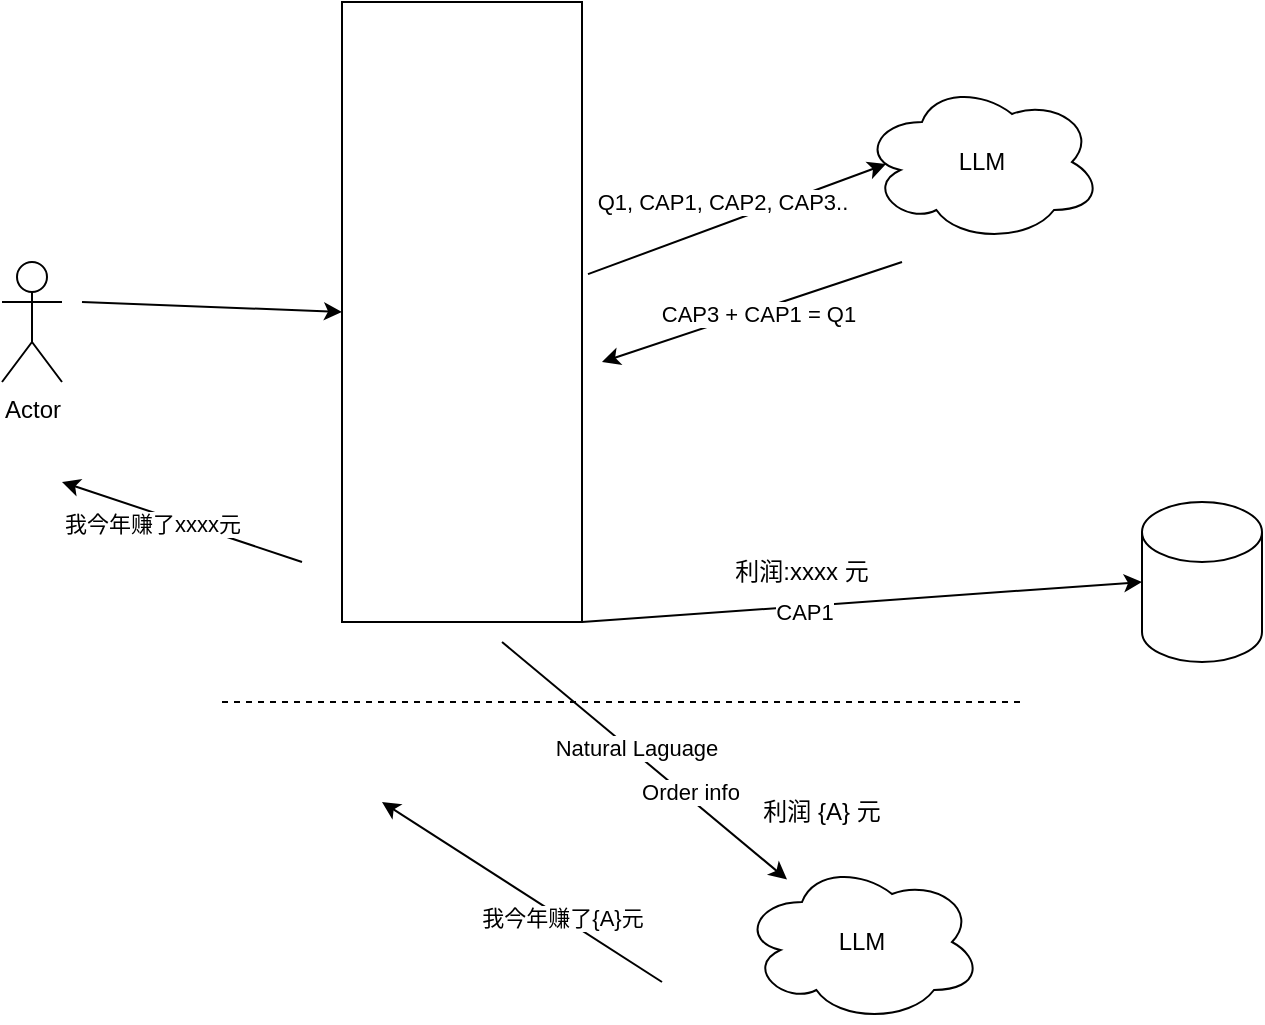
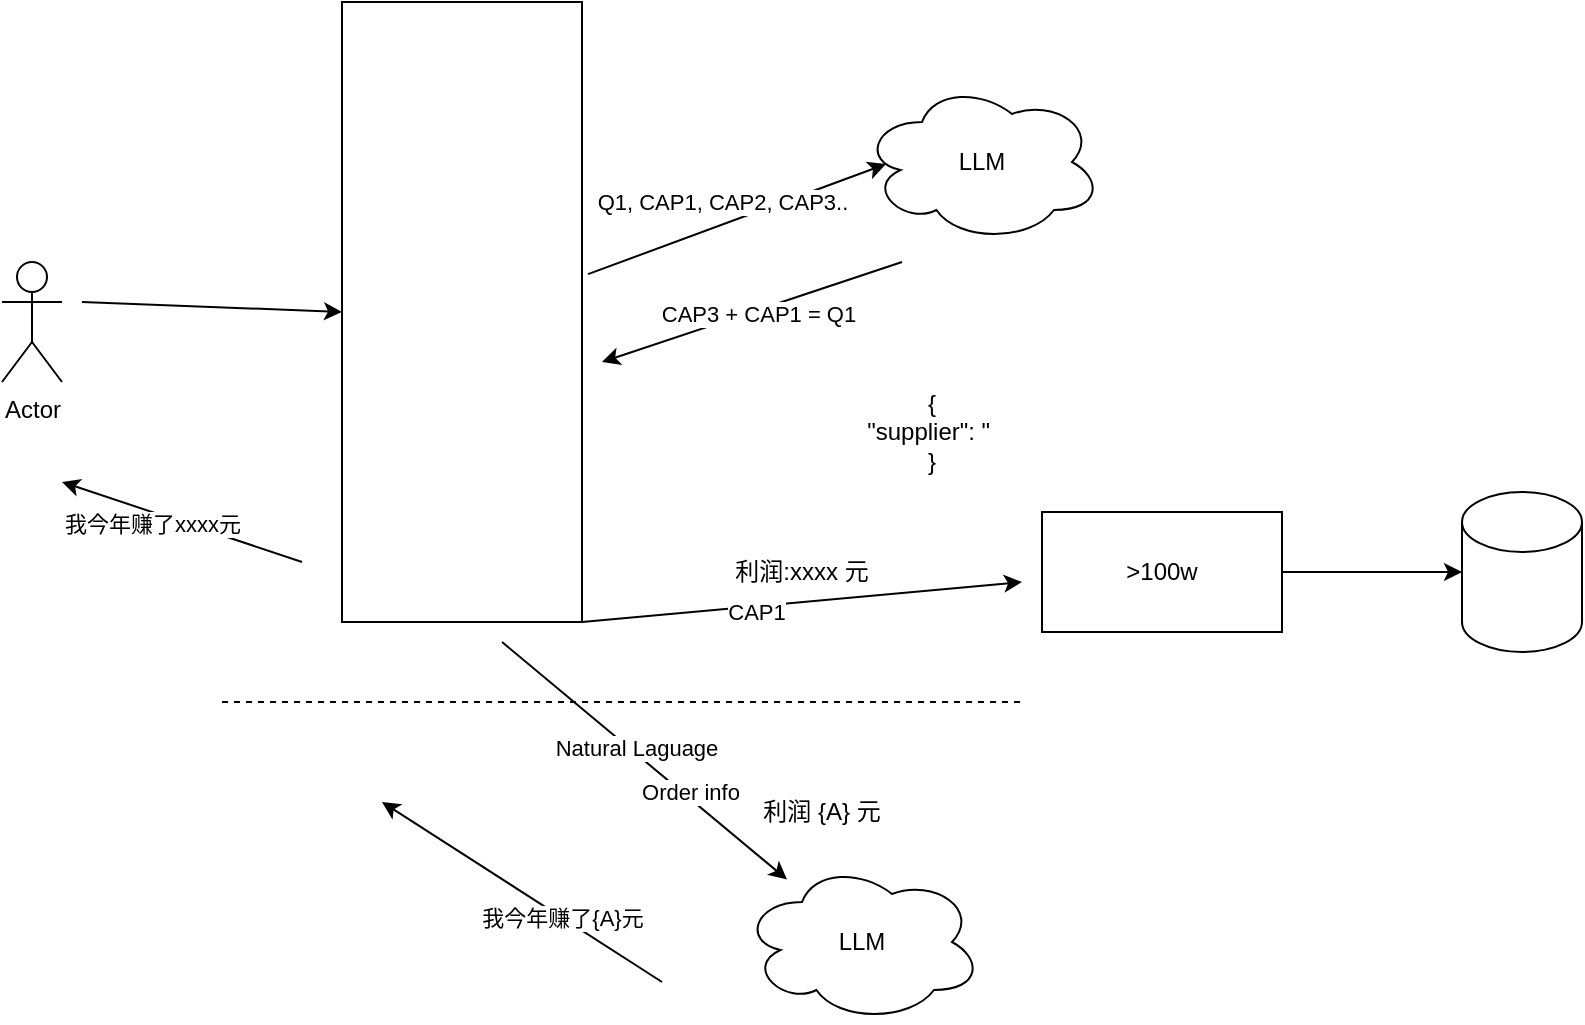
- <mxfile host="app.diagrams.net">
+ <mxfile host="app.diagrams.net" pages="2">
  <diagram name="Page-1" id="Y4vTBDJFTXjha7iMSI6E">
    <mxGraphModel dx="1034" dy="777" grid="1" gridSize="10" guides="1" tooltips="1" connect="1" arrows="1" fold="1" page="1" pageScale="1" pageWidth="1600" pageHeight="1715" math="0" shadow="0">
      <root>
        <mxCell id="0" />
        <mxCell id="1" parent="0" />
        <mxCell id="6xpkRzkd08FDe8yLvaGX-1" parent="1" style="shape=umlActor;verticalLabelPosition=bottom;verticalAlign=top;html=1;outlineConnect=0;" value="Actor" vertex="1">
          <mxGeometry height="60" width="30" x="220" y="150" as="geometry" />
        </mxCell>
        <mxCell id="6xpkRzkd08FDe8yLvaGX-2" parent="1" style="rounded=0;whiteSpace=wrap;html=1;" value="" vertex="1">
          <mxGeometry height="310" width="120" x="390" y="20" as="geometry" />
        </mxCell>
        <mxCell id="6xpkRzkd08FDe8yLvaGX-3" edge="1" parent="1" style="endArrow=classic;html=1;rounded=0;entryX=0;entryY=0.5;entryDx=0;entryDy=0;" target="6xpkRzkd08FDe8yLvaGX-2" value="">
          <mxGeometry height="50" relative="1" width="50" as="geometry">
            <mxPoint x="260" y="170" as="sourcePoint" />
            <mxPoint x="320" y="170" as="targetPoint" />
          </mxGeometry>
        </mxCell>
        <mxCell id="6xpkRzkd08FDe8yLvaGX-4" parent="1" style="ellipse;shape=cloud;whiteSpace=wrap;html=1;" value="LLM" vertex="1">
          <mxGeometry height="80" width="120" x="650" y="60" as="geometry" />
        </mxCell>
        <mxCell id="6xpkRzkd08FDe8yLvaGX-5" edge="1" parent="1" source="6xpkRzkd08FDe8yLvaGX-2" style="endArrow=classic;html=1;rounded=0;exitX=1.025;exitY=0.439;exitDx=0;exitDy=0;exitPerimeter=0;entryX=0.1;entryY=0.513;entryDx=0;entryDy=0;entryPerimeter=0;" target="6xpkRzkd08FDe8yLvaGX-4" value="">
          <mxGeometry height="50" relative="1" width="50" as="geometry">
            <mxPoint x="530" y="150" as="sourcePoint" />
            <mxPoint x="580" y="100" as="targetPoint" />
          </mxGeometry>
        </mxCell>
        <mxCell id="6xpkRzkd08FDe8yLvaGX-8" connectable="0" parent="6xpkRzkd08FDe8yLvaGX-5" style="edgeLabel;html=1;align=center;verticalAlign=middle;resizable=0;points=[];" value="Q1, CAP1, CAP2, CAP3.." vertex="1">
          <mxGeometry relative="1" x="-0.6563" y="2" as="geometry">
            <mxPoint x="42" y="-25" as="offset" />
          </mxGeometry>
        </mxCell>
        <mxCell id="6xpkRzkd08FDe8yLvaGX-6" edge="1" parent="1" style="endArrow=classic;html=1;rounded=0;" value="">
          <mxGeometry height="50" relative="1" width="50" as="geometry">
            <mxPoint x="670" y="150" as="sourcePoint" />
            <mxPoint x="520" y="200" as="targetPoint" />
          </mxGeometry>
        </mxCell>
        <mxCell id="6xpkRzkd08FDe8yLvaGX-9" connectable="0" parent="6xpkRzkd08FDe8yLvaGX-6" style="edgeLabel;html=1;align=center;verticalAlign=middle;resizable=0;points=[];" value="CAP3 + CAP1 = Q1" vertex="1">
          <mxGeometry relative="1" x="-0.024" y="1" as="geometry">
            <mxPoint as="offset" />
          </mxGeometry>
        </mxCell>
        <mxCell id="6xpkRzkd08FDe8yLvaGX-7" parent="1" style="shape=cylinder3;whiteSpace=wrap;html=1;boundedLbl=1;backgroundOutline=1;size=15;" value="" vertex="1">
-           <mxGeometry height="80" width="60" x="790" y="270" as="geometry" />
-         </mxCell>
-         <mxCell id="6xpkRzkd08FDe8yLvaGX-12" edge="1" parent="1" source="6xpkRzkd08FDe8yLvaGX-2" style="endArrow=classic;html=1;rounded=0;exitX=1;exitY=1;exitDx=0;exitDy=0;entryX=0;entryY=0.5;entryDx=0;entryDy=0;entryPerimeter=0;" target="6xpkRzkd08FDe8yLvaGX-7" value="">
+           <mxGeometry height="80" width="60" x="950" y="265" as="geometry" />
+         </mxCell>
+         <mxCell id="6xpkRzkd08FDe8yLvaGX-12" edge="1" parent="1" source="6xpkRzkd08FDe8yLvaGX-2" style="endArrow=classic;html=1;rounded=0;exitX=1;exitY=1;exitDx=0;exitDy=0;" value="">
          <mxGeometry height="50" relative="1" width="50" as="geometry">
            <mxPoint x="780" y="350" as="sourcePoint" />
-             <mxPoint x="640" y="440" as="targetPoint" />
+             <mxPoint x="730" y="310" as="targetPoint" />
          </mxGeometry>
        </mxCell>
        <mxCell id="6xpkRzkd08FDe8yLvaGX-14" connectable="0" parent="6xpkRzkd08FDe8yLvaGX-12" style="edgeLabel;html=1;align=center;verticalAlign=middle;resizable=0;points=[];" value="CAP1" vertex="1">
          <mxGeometry relative="1" x="-0.2129" y="-3" as="geometry">
            <mxPoint as="offset" />
          </mxGeometry>
        </mxCell>
        <mxCell id="6xpkRzkd08FDe8yLvaGX-13" parent="1" style="ellipse;shape=cloud;whiteSpace=wrap;html=1;" value="LLM" vertex="1">
          <mxGeometry height="80" width="120" x="590" y="450" as="geometry" />
        </mxCell>
        <mxCell id="6xpkRzkd08FDe8yLvaGX-15" edge="1" parent="1" style="endArrow=classic;html=1;rounded=0;" target="6xpkRzkd08FDe8yLvaGX-13" value="">
          <mxGeometry height="50" relative="1" width="50" as="geometry">
            <mxPoint x="470" y="340" as="sourcePoint" />
            <mxPoint x="550" y="380" as="targetPoint" />
          </mxGeometry>
        </mxCell>
        <mxCell id="6xpkRzkd08FDe8yLvaGX-16" connectable="0" parent="6xpkRzkd08FDe8yLvaGX-15" style="edgeLabel;html=1;align=center;verticalAlign=middle;resizable=0;points=[];" value="Natural Laguage" vertex="1">
          <mxGeometry relative="1" x="-0.0793" y="2" as="geometry">
            <mxPoint as="offset" />
          </mxGeometry>
        </mxCell>
        <mxCell id="6xpkRzkd08FDe8yLvaGX-20" connectable="0" parent="6xpkRzkd08FDe8yLvaGX-15" style="edgeLabel;html=1;align=center;verticalAlign=middle;resizable=0;points=[];" value="Order info" vertex="1">
          <mxGeometry relative="1" x="0.2961" y="3" as="geometry">
            <mxPoint as="offset" />
          </mxGeometry>
        </mxCell>
        <mxCell id="6xpkRzkd08FDe8yLvaGX-17" edge="1" parent="1" style="endArrow=classic;html=1;rounded=0;" value="">
          <mxGeometry height="50" relative="1" width="50" as="geometry">
            <mxPoint x="550" y="510" as="sourcePoint" />
            <mxPoint x="410" y="420" as="targetPoint" />
          </mxGeometry>
        </mxCell>
        <mxCell id="6xpkRzkd08FDe8yLvaGX-23" connectable="0" parent="6xpkRzkd08FDe8yLvaGX-17" style="edgeLabel;html=1;align=center;verticalAlign=middle;resizable=0;points=[];" value="我今年赚了{A}元" vertex="1">
          <mxGeometry relative="1" x="-0.2866" as="geometry">
            <mxPoint as="offset" />
          </mxGeometry>
        </mxCell>
        <mxCell id="6xpkRzkd08FDe8yLvaGX-18" edge="1" parent="1" style="endArrow=classic;html=1;rounded=0;" value="">
          <mxGeometry height="50" relative="1" width="50" as="geometry">
            <mxPoint x="370" y="300" as="sourcePoint" />
            <mxPoint x="250" y="260" as="targetPoint" />
          </mxGeometry>
        </mxCell>
        <mxCell id="6xpkRzkd08FDe8yLvaGX-24" connectable="0" parent="6xpkRzkd08FDe8yLvaGX-18" style="edgeLabel;html=1;align=center;verticalAlign=middle;resizable=0;points=[];" value="我今年赚了xxxx&lt;span style=&quot;background-color: light-dark(#ffffff, var(--ge-dark-color, #121212)); color: light-dark(rgb(0, 0, 0), rgb(255, 255, 255));&quot;&gt;元&lt;/span&gt;" vertex="1">
          <mxGeometry relative="1" x="0.275" y="-2" as="geometry">
            <mxPoint y="8" as="offset" />
          </mxGeometry>
        </mxCell>
        <mxCell id="6xpkRzkd08FDe8yLvaGX-19" edge="1" parent="1" style="endArrow=none;dashed=1;html=1;rounded=0;" value="">
          <mxGeometry height="50" relative="1" width="50" as="geometry">
            <mxPoint x="330" y="370" as="sourcePoint" />
            <mxPoint x="730" y="370" as="targetPoint" />
          </mxGeometry>
        </mxCell>
        <mxCell id="6xpkRzkd08FDe8yLvaGX-21" parent="1" style="text;html=1;whiteSpace=wrap;strokeColor=none;fillColor=none;align=center;verticalAlign=middle;rounded=0;" value="利润:xxxx 元" vertex="1">
          <mxGeometry height="30" width="120" x="560" y="290" as="geometry" />
        </mxCell>
        <mxCell id="6xpkRzkd08FDe8yLvaGX-22" parent="1" style="text;html=1;whiteSpace=wrap;strokeColor=none;fillColor=none;align=center;verticalAlign=middle;rounded=0;" value="利润 {A} 元" vertex="1">
          <mxGeometry height="30" width="100" x="580" y="410" as="geometry" />
+         </mxCell>
+         <mxCell id="6xpkRzkd08FDe8yLvaGX-25" parent="1" style="rounded=0;whiteSpace=wrap;html=1;" value="&amp;gt;100w" vertex="1">
+           <mxGeometry height="60" width="120" x="740" y="275" as="geometry" />
+         </mxCell>
+         <mxCell id="6xpkRzkd08FDe8yLvaGX-26" edge="1" parent="1" source="6xpkRzkd08FDe8yLvaGX-25" style="edgeStyle=orthogonalEdgeStyle;rounded=0;orthogonalLoop=1;jettySize=auto;html=1;entryX=0;entryY=0.5;entryDx=0;entryDy=0;entryPerimeter=0;" target="6xpkRzkd08FDe8yLvaGX-7">
+           <mxGeometry relative="1" as="geometry" />
+         </mxCell>
+         <mxCell id="6xpkRzkd08FDe8yLvaGX-28" parent="1" style="text;html=1;whiteSpace=wrap;strokeColor=none;fillColor=none;align=center;verticalAlign=middle;rounded=0;" value="{&lt;div&gt;&quot;supplier&quot;: &quot;&amp;nbsp;&lt;br&gt;&lt;div&gt;}&lt;/div&gt;&lt;/div&gt;" vertex="1">
+           <mxGeometry height="30" width="170" x="600" y="220" as="geometry" />
+         </mxCell>
+       </root>
+     </mxGraphModel>
+   </diagram>
+   <diagram name="Copy of Page-1" id="Rgn3TBd8tMXOfJGMHVuK">
+     <mxGraphModel dx="1034" dy="777" grid="1" gridSize="10" guides="1" tooltips="1" connect="1" arrows="1" fold="1" page="1" pageScale="1" pageWidth="1600" pageHeight="1715" math="0" shadow="0">
+       <root>
+         <mxCell id="gLM78biLqQEJX20KEGaN-0" />
+         <mxCell id="gLM78biLqQEJX20KEGaN-1" parent="gLM78biLqQEJX20KEGaN-0" />
+         <mxCell id="gLM78biLqQEJX20KEGaN-2" parent="gLM78biLqQEJX20KEGaN-1" style="shape=umlActor;verticalLabelPosition=bottom;verticalAlign=top;html=1;outlineConnect=0;" value="Actor" vertex="1">
+           <mxGeometry height="60" width="30" x="120" y="250" as="geometry" />
+         </mxCell>
+         <mxCell id="gLM78biLqQEJX20KEGaN-3" parent="gLM78biLqQEJX20KEGaN-1" style="rounded=0;whiteSpace=wrap;html=1;" value="" vertex="1">
+           <mxGeometry height="310" width="120" x="390" y="120" as="geometry" />
+         </mxCell>
+         <mxCell id="gLM78biLqQEJX20KEGaN-4" edge="1" parent="gLM78biLqQEJX20KEGaN-1" source="gLM78biLqQEJX20KEGaN-2" style="endArrow=classic;html=1;rounded=0;entryX=0;entryY=0.5;entryDx=0;entryDy=0;exitX=1;exitY=0.3333333333333333;exitDx=0;exitDy=0;exitPerimeter=0;" target="gLM78biLqQEJX20KEGaN-3" value="">
+           <mxGeometry height="50" relative="1" width="50" as="geometry">
+             <mxPoint x="260" y="270" as="sourcePoint" />
+             <mxPoint x="320" y="270" as="targetPoint" />
+           </mxGeometry>
+         </mxCell>
+         <mxCell id="_lDc4zM1nQnOqFgPWyec-0" connectable="0" parent="gLM78biLqQEJX20KEGaN-4" style="edgeLabel;html=1;align=center;verticalAlign=middle;resizable=0;points=[];" value="帮我向SupplierA采购100台iPhone" vertex="1">
+           <mxGeometry relative="1" x="-0.1852" y="1" as="geometry">
+             <mxPoint x="12" y="-21" as="offset" />
+           </mxGeometry>
+         </mxCell>
+         <mxCell id="gLM78biLqQEJX20KEGaN-5" parent="gLM78biLqQEJX20KEGaN-1" style="ellipse;shape=cloud;whiteSpace=wrap;html=1;" value="LLM" vertex="1">
+           <mxGeometry height="80" width="120" x="650" y="160" as="geometry" />
+         </mxCell>
+         <mxCell id="gLM78biLqQEJX20KEGaN-6" edge="1" parent="gLM78biLqQEJX20KEGaN-1" source="gLM78biLqQEJX20KEGaN-3" style="endArrow=classic;html=1;rounded=0;exitX=1.025;exitY=0.439;exitDx=0;exitDy=0;exitPerimeter=0;entryX=0.1;entryY=0.513;entryDx=0;entryDy=0;entryPerimeter=0;" target="gLM78biLqQEJX20KEGaN-5" value="">
+           <mxGeometry height="50" relative="1" width="50" as="geometry">
+             <mxPoint x="530" y="250" as="sourcePoint" />
+             <mxPoint x="580" y="200" as="targetPoint" />
+           </mxGeometry>
+         </mxCell>
+         <mxCell id="gLM78biLqQEJX20KEGaN-7" connectable="0" parent="gLM78biLqQEJX20KEGaN-6" style="edgeLabel;html=1;align=center;verticalAlign=middle;resizable=0;points=[];" value="CAP1, CAP2, CAP3.." vertex="1">
+           <mxGeometry relative="1" x="-0.6563" y="2" as="geometry">
+             <mxPoint x="42" y="-25" as="offset" />
+           </mxGeometry>
+         </mxCell>
+         <mxCell id="gLM78biLqQEJX20KEGaN-8" edge="1" parent="gLM78biLqQEJX20KEGaN-1" style="endArrow=classic;html=1;rounded=0;" value="">
+           <mxGeometry height="50" relative="1" width="50" as="geometry">
+             <mxPoint x="670" y="250" as="sourcePoint" />
+             <mxPoint x="520" y="300" as="targetPoint" />
+           </mxGeometry>
+         </mxCell>
+         <mxCell id="gLM78biLqQEJX20KEGaN-9" connectable="0" parent="gLM78biLqQEJX20KEGaN-8" style="edgeLabel;html=1;align=center;verticalAlign=middle;resizable=0;points=[];" value="CAP3 + CAP1 = Q1" vertex="1">
+           <mxGeometry relative="1" x="-0.024" y="1" as="geometry">
+             <mxPoint as="offset" />
+           </mxGeometry>
+         </mxCell>
+         <mxCell id="_lDc4zM1nQnOqFgPWyec-2" edge="1" parent="gLM78biLqQEJX20KEGaN-1" source="gLM78biLqQEJX20KEGaN-10" style="edgeStyle=orthogonalEdgeStyle;rounded=0;orthogonalLoop=1;jettySize=auto;html=1;entryX=0.5;entryY=1;entryDx=0;entryDy=0;" target="gLM78biLqQEJX20KEGaN-24">
+           <mxGeometry relative="1" as="geometry">
+             <Array as="points">
+               <mxPoint x="980" y="465" />
+               <mxPoint x="800" y="465" />
+             </Array>
+             <mxPoint x="970" y="570" as="targetPoint" />
+           </mxGeometry>
+         </mxCell>
+         <mxCell id="gLM78biLqQEJX20KEGaN-10" parent="gLM78biLqQEJX20KEGaN-1" style="shape=cylinder3;whiteSpace=wrap;html=1;boundedLbl=1;backgroundOutline=1;size=15;" value="" vertex="1">
+           <mxGeometry height="80" width="60" x="950" y="365" as="geometry" />
+         </mxCell>
+         <mxCell id="gLM78biLqQEJX20KEGaN-11" edge="1" parent="gLM78biLqQEJX20KEGaN-1" source="gLM78biLqQEJX20KEGaN-3" style="endArrow=classic;html=1;rounded=0;exitX=1;exitY=1;exitDx=0;exitDy=0;" value="">
+           <mxGeometry height="50" relative="1" width="50" as="geometry">
+             <mxPoint x="780" y="450" as="sourcePoint" />
+             <mxPoint x="730" y="410" as="targetPoint" />
+           </mxGeometry>
+         </mxCell>
+         <mxCell id="gLM78biLqQEJX20KEGaN-12" connectable="0" parent="gLM78biLqQEJX20KEGaN-11" style="edgeLabel;html=1;align=center;verticalAlign=middle;resizable=0;points=[];" value="CAP1" vertex="1">
+           <mxGeometry relative="1" x="-0.2129" y="-3" as="geometry">
+             <mxPoint as="offset" />
+           </mxGeometry>
+         </mxCell>
+         <mxCell id="gLM78biLqQEJX20KEGaN-13" parent="gLM78biLqQEJX20KEGaN-1" style="ellipse;shape=cloud;whiteSpace=wrap;html=1;" value="LLM" vertex="1">
+           <mxGeometry height="80" width="120" x="590" y="550" as="geometry" />
+         </mxCell>
+         <mxCell id="gLM78biLqQEJX20KEGaN-14" edge="1" parent="gLM78biLqQEJX20KEGaN-1" style="endArrow=classic;html=1;rounded=0;" target="gLM78biLqQEJX20KEGaN-13" value="">
+           <mxGeometry height="50" relative="1" width="50" as="geometry">
+             <mxPoint x="470" y="440" as="sourcePoint" />
+             <mxPoint x="550" y="480" as="targetPoint" />
+           </mxGeometry>
+         </mxCell>
+         <mxCell id="gLM78biLqQEJX20KEGaN-15" connectable="0" parent="gLM78biLqQEJX20KEGaN-14" style="edgeLabel;html=1;align=center;verticalAlign=middle;resizable=0;points=[];" value="Natural Laguage" vertex="1">
+           <mxGeometry relative="1" x="-0.0793" y="2" as="geometry">
+             <mxPoint as="offset" />
+           </mxGeometry>
+         </mxCell>
+         <mxCell id="gLM78biLqQEJX20KEGaN-16" connectable="0" parent="gLM78biLqQEJX20KEGaN-14" style="edgeLabel;html=1;align=center;verticalAlign=middle;resizable=0;points=[];" value="Order info" vertex="1">
+           <mxGeometry relative="1" x="0.2961" y="3" as="geometry">
+             <mxPoint as="offset" />
+           </mxGeometry>
+         </mxCell>
+         <mxCell id="gLM78biLqQEJX20KEGaN-17" edge="1" parent="gLM78biLqQEJX20KEGaN-1" style="endArrow=classic;html=1;rounded=0;" value="">
+           <mxGeometry height="50" relative="1" width="50" as="geometry">
+             <mxPoint x="550" y="610" as="sourcePoint" />
+             <mxPoint x="410" y="520" as="targetPoint" />
+           </mxGeometry>
+         </mxCell>
+         <mxCell id="gLM78biLqQEJX20KEGaN-18" connectable="0" parent="gLM78biLqQEJX20KEGaN-17" style="edgeLabel;html=1;align=center;verticalAlign=middle;resizable=0;points=[];" value="我刚帮你create了一个向{MASKED_SUPPLIER_ID}" vertex="1">
+           <mxGeometry relative="1" x="-0.2866" as="geometry">
+             <mxPoint x="-60" as="offset" />
+           </mxGeometry>
+         </mxCell>
+         <mxCell id="gLM78biLqQEJX20KEGaN-19" edge="1" parent="gLM78biLqQEJX20KEGaN-1" style="endArrow=classic;html=1;rounded=0;" value="">
+           <mxGeometry height="50" relative="1" width="50" as="geometry">
+             <mxPoint x="370" y="400" as="sourcePoint" />
+             <mxPoint x="250" y="360" as="targetPoint" />
+           </mxGeometry>
+         </mxCell>
+         <mxCell id="gLM78biLqQEJX20KEGaN-20" connectable="0" parent="gLM78biLqQEJX20KEGaN-19" style="edgeLabel;html=1;align=center;verticalAlign=middle;resizable=0;points=[];" value="get MASKED_SUPPLIER_ID= supplierA&lt;div&gt;&lt;br&gt;&lt;/div&gt;&lt;div&gt;我刚帮你create了一个向supplierA&lt;/div&gt;" vertex="1">
+           <mxGeometry relative="1" x="0.275" y="-2" as="geometry">
+             <mxPoint y="8" as="offset" />
+           </mxGeometry>
+         </mxCell>
+         <mxCell id="gLM78biLqQEJX20KEGaN-21" edge="1" parent="gLM78biLqQEJX20KEGaN-1" style="endArrow=none;dashed=1;html=1;rounded=0;" value="">
+           <mxGeometry height="50" relative="1" width="50" as="geometry">
+             <mxPoint x="330" y="470" as="sourcePoint" />
+             <mxPoint x="730" y="470" as="targetPoint" />
+           </mxGeometry>
+         </mxCell>
+         <mxCell id="gLM78biLqQEJX20KEGaN-22" parent="gLM78biLqQEJX20KEGaN-1" style="text;html=1;whiteSpace=wrap;strokeColor=none;fillColor=none;align=center;verticalAlign=middle;rounded=0;" value="利润:xxxx 元" vertex="1">
+           <mxGeometry height="30" width="120" x="560" y="390" as="geometry" />
+         </mxCell>
+         <mxCell id="gLM78biLqQEJX20KEGaN-24" parent="gLM78biLqQEJX20KEGaN-1" style="rounded=0;whiteSpace=wrap;html=1;" value="qu&amp;gt;1000" vertex="1">
+           <mxGeometry height="60" width="120" x="740" y="375" as="geometry" />
+         </mxCell>
+         <mxCell id="gLM78biLqQEJX20KEGaN-25" edge="1" parent="gLM78biLqQEJX20KEGaN-1" source="gLM78biLqQEJX20KEGaN-24" style="edgeStyle=orthogonalEdgeStyle;rounded=0;orthogonalLoop=1;jettySize=auto;html=1;entryX=0;entryY=0.5;entryDx=0;entryDy=0;entryPerimeter=0;" target="gLM78biLqQEJX20KEGaN-10">
+           <mxGeometry relative="1" as="geometry" />
+         </mxCell>
+         <mxCell id="gLM78biLqQEJX20KEGaN-26" parent="gLM78biLqQEJX20KEGaN-1" style="text;html=1;whiteSpace=wrap;strokeColor=none;fillColor=none;align=center;verticalAlign=middle;rounded=0;" value="{&lt;div&gt;&quot;supplier&quot;: &quot;supplierA“,&lt;/div&gt;&lt;div&gt;&quot;catagory&quot;: &quot;iphone&quot;,&lt;/div&gt;&lt;div&gt;&quot;qu&quot;: 100&amp;nbsp;&lt;br&gt;&lt;div&gt;}&lt;/div&gt;&lt;/div&gt;" vertex="1">
+           <mxGeometry height="30" width="170" x="600" y="320" as="geometry" />
+         </mxCell>
+         <mxCell id="_lDc4zM1nQnOqFgPWyec-3" parent="gLM78biLqQEJX20KEGaN-1" style="text;html=1;whiteSpace=wrap;strokeColor=none;fillColor=none;align=center;verticalAlign=middle;rounded=0;" value="{&lt;div&gt;&quot;suppplier&quot;: &quot;{MASKED_SUPPLIER_ID}&quot;&lt;/div&gt;&lt;div&gt;}&lt;/div&gt;" vertex="1">
+           <mxGeometry height="30" width="60" x="650" y="440" as="geometry" />
        </mxCell>
      </root>
    </mxGraphModel>
  </diagram>
</mxfile>
